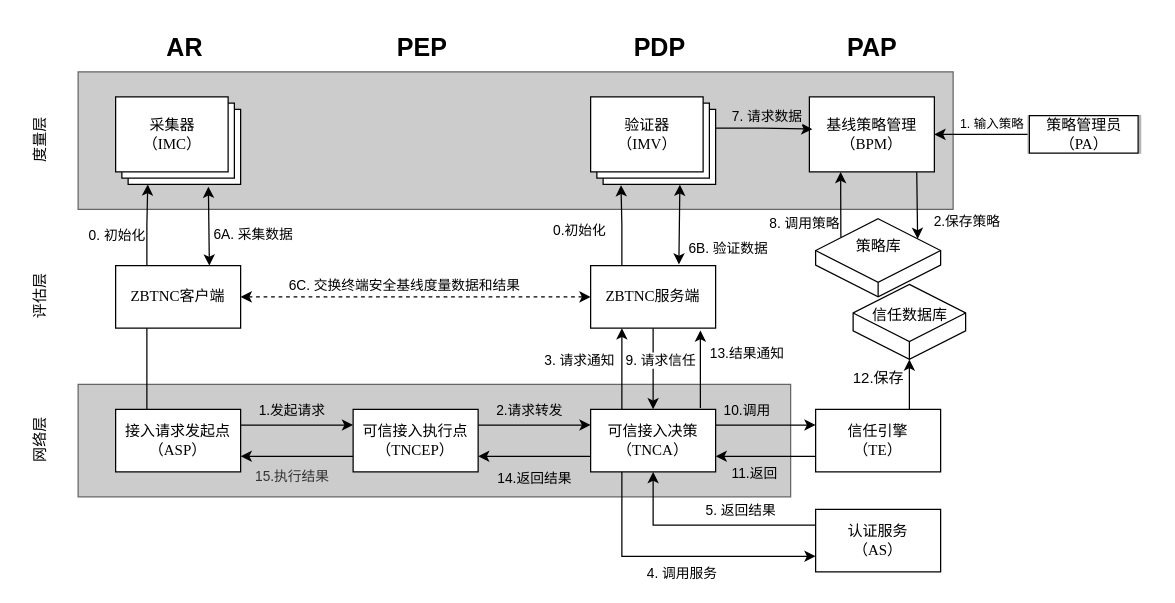
This is testDirectory/可信接入模型.drawio from Moose1273/-, a draw.io file, before an edit. Source tidied: cells renumbered, new cells numbered last; positions are measured from the earlier drawing's top-left corner, leaving out a move shared by most shapes. Both pictures are drawn from the tidied source at 125%, with x=0, y=0 at pixel (2, 21).
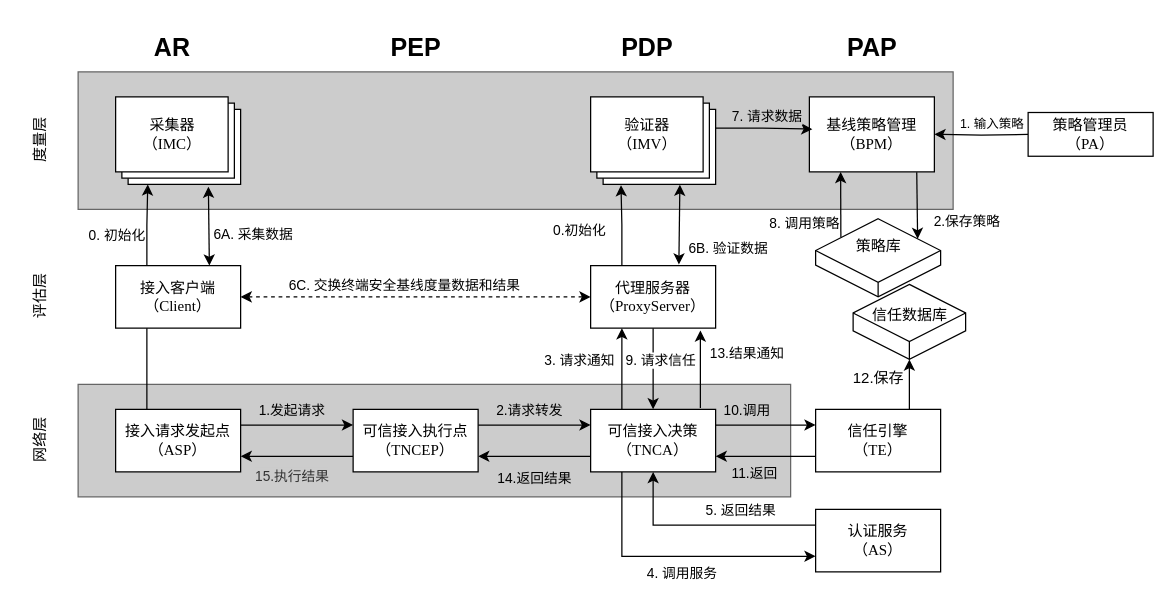
Above is the later version.

Commit message:
更新可信接入模型.drawio

Unchanged cells that the change refers to:
```xml
<mxCell id="32" value="基线策略管理&lt;br&gt;&lt;font face=&quot;Times New Roman&quot;&gt;（BPM）&lt;/font&gt;" style="rounded=0;whiteSpace=wrap;html=1;" parent="1" vertex="1">
  <mxGeometry x="645" y="60" width="100" height="60" as="geometry" />
</mxCell>
```

The edit, as a diff of the source:
```diff
@@
     <mxCell id="4" value="&lt;font style=&quot;font-size: 20px;&quot;&gt;&lt;b&gt;AR&lt;/b&gt;&lt;/font&gt;" style="text;html=1;align=center;verticalAlign=middle;strokeColor=none;fillColor=none;" parent="1" vertex="1">
-      <mxGeometry x="120" width="50" height="40" as="geometry" />
+      <mxGeometry x="110" width="50" height="40" as="geometry" />
     </mxCell>
-    <mxCell id="5" value="&lt;font style=&quot;font-size: 20px;&quot;&gt;&lt;b&gt;PDP&lt;/b&gt;&lt;/font&gt;" style="text;html=1;align=center;verticalAlign=middle;strokeColor=none;fillColor=none;" parent="1" vertex="1">
-      <mxGeometry x="495" width="60" height="40" as="geometry" />
-    </mxCell>
     <mxCell id="6" value="&lt;font style=&quot;font-size: 20px;&quot;&gt;&lt;b&gt;PEP&lt;/b&gt;&lt;/font&gt;" style="text;html=1;align=center;verticalAlign=middle;strokeColor=none;fillColor=none;" parent="1" vertex="1">
-      <mxGeometry x="305" width="60" height="40" as="geometry" />
+      <mxGeometry x="300" width="60" height="40" as="geometry" />
     </mxCell>
@@
-    <mxCell id="8" value="&lt;font face=&quot;Times New Roman&quot;&gt;ZBTNC&lt;/font&gt;客户端" style="rounded=0;whiteSpace=wrap;html=1;" parent="1" vertex="1">
+    <mxCell id="8" value="&lt;div&gt;&lt;font face=&quot;Times New Roman&quot;&gt;接入客户端&lt;/font&gt;&lt;/div&gt;&lt;font face=&quot;Times New Roman&quot;&gt;（Client）&lt;/font&gt;" style="rounded=0;whiteSpace=wrap;html=1;" parent="1" vertex="1">
       <mxGeometry x="90" y="195" width="100" height="50" as="geometry" />
     </mxCell>
@@
-    <mxCell id="11" value="&lt;font face=&quot;Times New Roman&quot;&gt;ZBTNC&lt;/font&gt;服务端" style="rounded=0;whiteSpace=wrap;html=1;" parent="1" vertex="1">
+    <mxCell id="11" value="&lt;div&gt;&lt;font face=&quot;Times New Roman&quot;&gt;代理服务器&lt;/font&gt;&lt;/div&gt;&lt;font face=&quot;Times New Roman&quot;&gt;（ProxyServer）&lt;/font&gt;" style="rounded=0;whiteSpace=wrap;html=1;" parent="1" vertex="1">
       <mxGeometry x="470" y="195" width="100" height="50" as="geometry" />
     </mxCell>
@@
-    <mxCell id="42" style="edgeStyle=orthogonalEdgeStyle;rounded=0;jettySize=auto;html=1;" parent="1" edge="1" source="44" target="32">
-      <mxGeometry relative="1" as="geometry" />
+    <mxCell id="42" style="edgeStyle=orthogonalEdgeStyle;rounded=0;jettySize=auto;html=1;" parent="1" edge="1" target="32">
+      <mxGeometry relative="1" as="geometry">
+        <mxPoint x="820" y="90" as="sourcePoint" />
+      </mxGeometry>
     </mxCell>
@@
-    <mxCell id="44" value="策略管理员&lt;font face=&quot;Times New Roman&quot;&gt;（PA）&lt;/font&gt;" style="rounded=0;whiteSpace=wrap;html=1;strokeColor=#B3B3B3;fillColor=#B3B3B3;labelBorderColor=#000000;labelBackgroundColor=default;" parent="1" vertex="1">
-      <mxGeometry x="820" y="75" width="90" height="30" as="geometry" />
-    </mxCell>
@@
+    <mxCell id="5" value="&lt;font style=&quot;font-size: 20px;&quot;&gt;&lt;b&gt;PDP&lt;/b&gt;&lt;/font&gt;" style="text;html=1;align=center;verticalAlign=middle;strokeColor=none;fillColor=none;" parent="1" vertex="1">
+      <mxGeometry x="485" width="60" height="40" as="geometry" />
+    </mxCell>
+    <mxCell id="44" value="&lt;span style=&quot;background-color: rgb(255, 255, 255);&quot;&gt;策略管理员&lt;/span&gt;&lt;font face=&quot;Times New Roman&quot;&gt;（PA）&lt;/font&gt;" style="rounded=0;whiteSpace=wrap;html=1;" parent="1" vertex="1">
+      <mxGeometry x="820" y="72.5" width="100" height="35" as="geometry" />
+    </mxCell>
```
